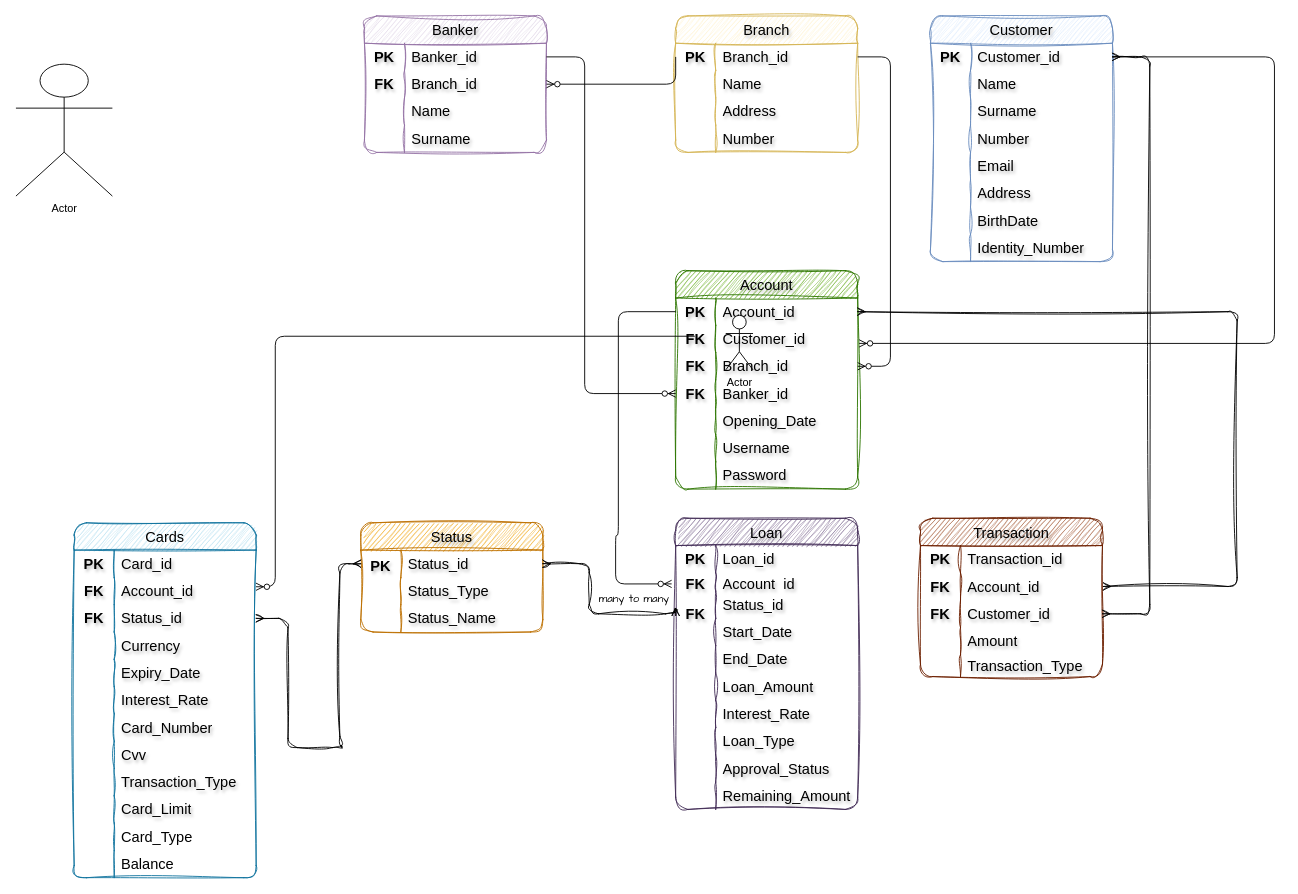
Above: Pair1_BankaER.drawio in bnsuoztrk/Deneme (draw.io), before the change. Source tidied: cells renumbered, new cells numbered last; positions are measured from the earlier drawing's top-left corner, leaving out a move shared by most shapes. Both pictures are drawn from the tidied source at 91%, with x=0, y=0 at pixel (15, 15).
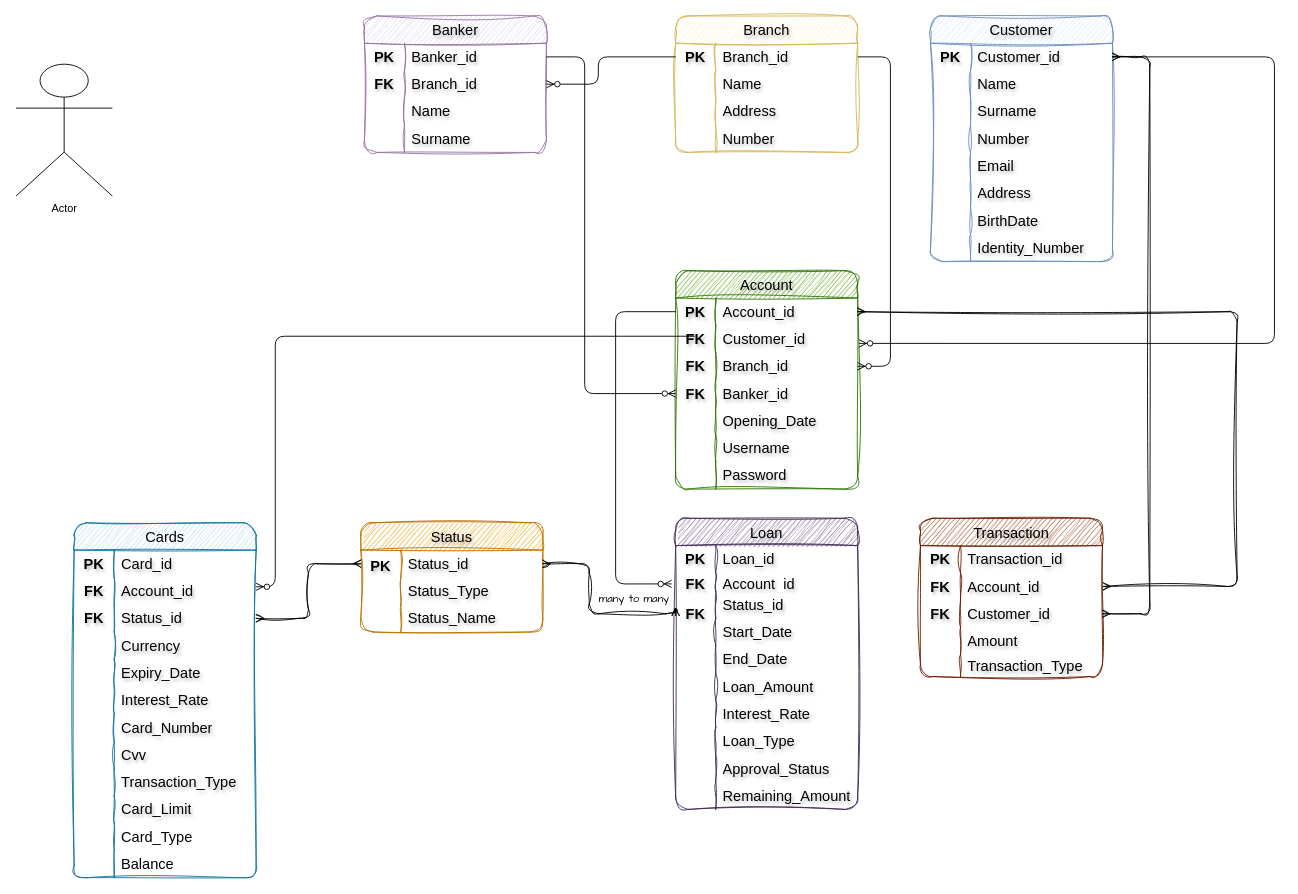
The same page after the edit.

Unchanged cells that the change refers to:
```xml
<mxCell id="3" style="shape=tableRow;horizontal=0;startSize=0;swimlaneHead=0;swimlaneBody=0;top=0;left=0;bottom=0;right=0;fillColor=none;points=[[0,0.5],[1,0.5]];portConstraint=eastwest;strokeColor=inherit;fontSize=16;sketch=1;curveFitting=1;jiggle=2;rounded=1;fontColor=#000000;labelBorderColor=none;labelBackgroundColor=none;textShadow=1;" parent="2" vertex="1">
  <mxGeometry y="30" width="200" height="30" as="geometry" />
</mxCell>
<mxCell id="53" style="shape=tableRow;horizontal=0;startSize=0;swimlaneHead=0;swimlaneBody=0;top=0;left=0;bottom=0;right=0;fillColor=none;points=[[0,0.5],[1,0.5]];portConstraint=eastwest;strokeColor=inherit;fontSize=16;sketch=1;curveFitting=1;jiggle=2;rounded=1;fontColor=#000000;labelBorderColor=none;labelBackgroundColor=none;textShadow=1;" parent="49" vertex="1">
  <mxGeometry y="60" width="200" height="30" as="geometry" />
</mxCell>
<mxCell id="94" style="shape=tableRow;horizontal=0;startSize=0;swimlaneHead=0;swimlaneBody=0;top=0;left=0;bottom=0;right=0;fillColor=none;points=[[0,0.5],[1,0.5]];portConstraint=eastwest;strokeColor=inherit;fontSize=16;sketch=1;curveFitting=1;jiggle=2;rounded=1;fontColor=#000000;labelBorderColor=none;labelBackgroundColor=none;textShadow=1;" parent="93" vertex="1">
  <mxGeometry y="30" width="200" height="30" as="geometry" />
</mxCell>
<mxCell id="129" style="shape=tableRow;horizontal=0;startSize=0;swimlaneHead=0;swimlaneBody=0;top=0;left=0;bottom=0;right=0;fillColor=none;points=[[0,0.5],[1,0.5]];portConstraint=eastwest;strokeColor=inherit;fontSize=16;sketch=1;curveFitting=1;jiggle=2;rounded=1;fontColor=#000000;labelBorderColor=none;labelBackgroundColor=none;textShadow=1;" parent="122" vertex="1">
  <mxGeometry y="90" width="200" height="30" as="geometry" />
</mxCell>
<mxCell id="160" style="shape=tableRow;horizontal=0;startSize=0;swimlaneHead=0;swimlaneBody=0;top=0;left=0;bottom=0;right=0;fillColor=none;points=[[0,0.5],[1,0.5]];portConstraint=eastwest;strokeColor=inherit;fontSize=16;sketch=1;curveFitting=1;jiggle=2;rounded=1;fontColor=#000000;labelBorderColor=none;labelBackgroundColor=none;textShadow=1;" parent="159" vertex="1">
  <mxGeometry y="30" width="200" height="30" as="geometry" />
</mxCell>
<mxCell id="178" value="many to many" style="text;strokeColor=none;fillColor=none;spacingLeft=4;spacingRight=4;overflow=hidden;points=[[0,0.5],[1,0.5]];portConstraint=eastwest;fontSize=12;whiteSpace=wrap;html=1;fontFamily=Architects Daughter;" parent="1" vertex="1">
  <mxGeometry x="635" y="627" width="97" height="30" as="geometry" />
</mxCell>
```

Diff of the diagram source:
```diff
@@
     <mxCell id="172" style="edgeStyle=orthogonalEdgeStyle;fontSize=12;html=1;endArrow=ERzeroToMany;endFill=1;rounded=1;hachureGap=4;fontFamily=Architects Daughter;exitX=0;exitY=0.5;exitDx=0;exitDy=0;entryX=1;entryY=0.5;entryDx=0;entryDy=0;" parent="1" edge="1" source="94" target="53">
       <mxGeometry relative="1" as="geometry">
         <Array as="points">
-          <mxPoint x="725" y="75" />
+          <mxPoint x="640" y="45" />
+          <mxPoint x="640" y="75" />
         </Array>
       </mxGeometry>
     </mxCell>
@@
     <mxCell id="179" style="edgeStyle=orthogonalEdgeStyle;fontSize=12;html=1;endArrow=ERmany;startArrow=ERmany;rounded=1;sketch=1;hachureGap=4;jiggle=2;curveFitting=1;fontFamily=Architects Daughter;entryX=1;entryY=0.5;entryDx=0;entryDy=0;exitX=0;exitY=0.5;exitDx=0;exitDy=0;" parent="1" edge="1" source="160" target="129">
-      <mxGeometry relative="1" as="geometry">
-        <Array as="points">
-          <mxPoint x="356" y="602" />
-          <mxPoint x="356" y="802" />
-          <mxPoint x="358" y="802" />
-          <mxPoint x="358" y="804" />
-          <mxPoint x="299" y="804" />
-          <mxPoint x="299" y="662" />
-        </Array>
-      </mxGeometry>
+      <mxGeometry relative="1" as="geometry" />
     </mxCell>
@@
     <mxCell id="181" style="edgeStyle=orthogonalEdgeStyle;fontSize=12;html=1;endArrow=ERzeroToMany;endFill=1;rounded=1;hachureGap=4;fontFamily=Architects Daughter;exitX=0;exitY=0.5;exitDx=0;exitDy=0;entryX=0.882;entryY=-0.095;entryDx=0;entryDy=0;entryPerimeter=0;" parent="1" edge="1" source="3" target="178">
       <mxGeometry relative="1" as="geometry">
         <Array as="points">
-          <mxPoint x="662" y="325" />
-          <mxPoint x="662" y="571" />
-          <mxPoint x="659" y="571" />
+          <mxPoint x="659" y="325" />
           <mxPoint x="659" y="624" />
         </Array>
       </mxGeometry>
     </mxCell>
-    <mxCell id="182" value="Actor" style="shape=umlActor;verticalLabelPosition=bottom;verticalAlign=top;html=1;" parent="1" vertex="1">
-      <mxGeometry x="780" y="329" width="30" height="60" as="geometry" />
-    </mxCell>
```
